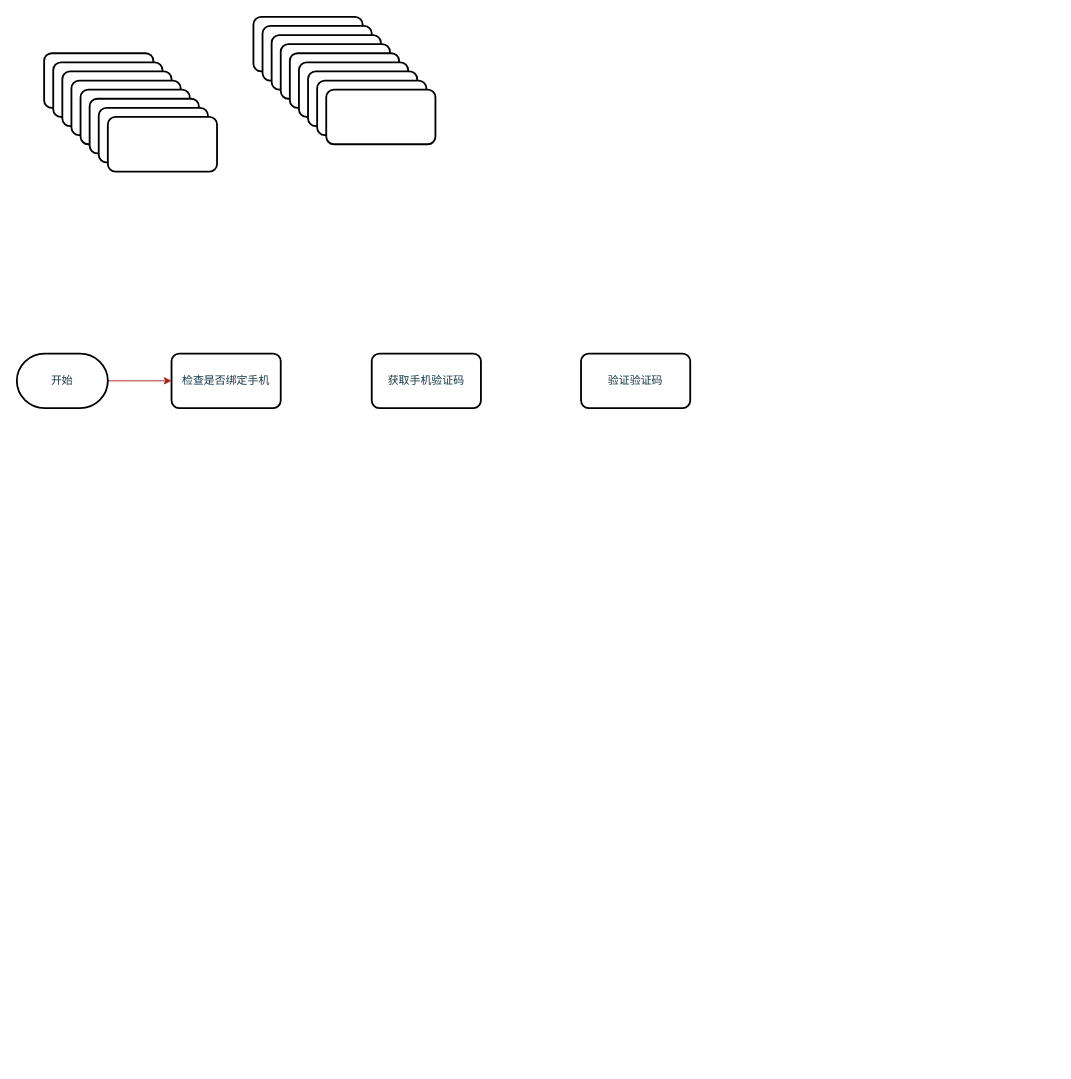
Before: 手机登录.drawio in xiell2016/hetaoDesign, a draw.io diagram. Source tidied: cells renumbered, new cells numbered last; positions are measured from the earlier drawing's top-left corner, leaving out a move shared by most shapes. Both pictures are drawn from the tidied source at 91%, with x=0, y=0 at pixel (16, 16).
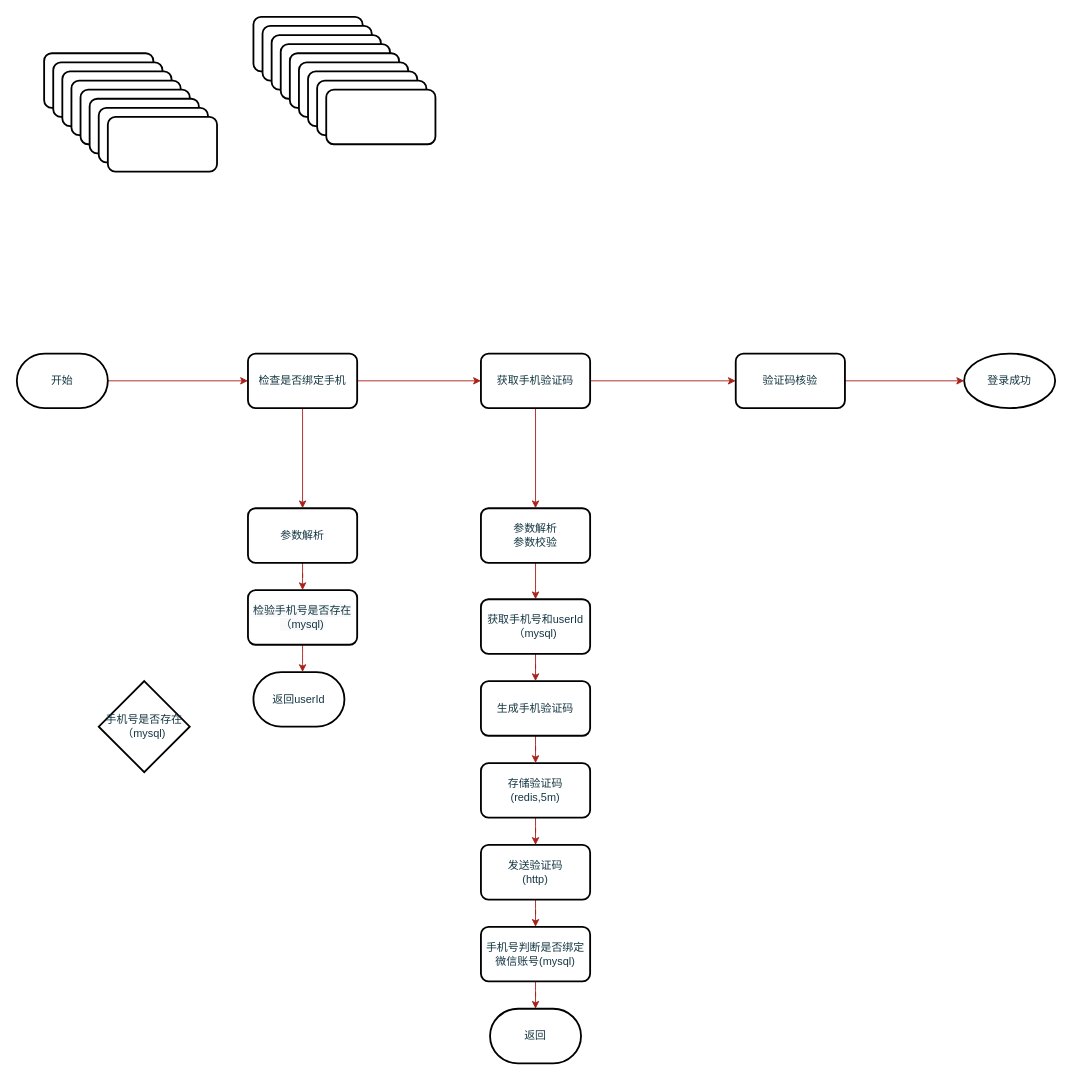
The same page after the edit.

Commit message (it also covers changes not shown here):
更新手机登录.drawio

The change refers to these unchanged cells:
```xml
<mxCell id="23" value="开始" style="strokeWidth=2;html=1;shape=mxgraph.flowchart.terminator;whiteSpace=wrap;rounded=0;labelBackgroundColor=none;sketch=0;fontColor=#143642;fillColor=#FFFFFF;" parent="1" vertex="1">
  <mxGeometry y="370" width="100" height="60" as="geometry" />
</mxCell>
```

The edit, as a diff of the source:
```diff
@@
+    <mxCell id="24" style="edgeStyle=orthogonalEdgeStyle;curved=0;rounded=1;sketch=0;jettySize=auto;html=1;exitX=1;exitY=0.5;exitDx=0;exitDy=0;entryX=0;entryY=0.5;entryDx=0;entryDy=0;entryPerimeter=0;fontColor=#143642;strokeColor=#A8201A;fillColor=#FAE5C7;" parent="1" edge="1" source="10" target="48">
+      <mxGeometry relative="1" as="geometry" />
+    </mxCell>
-    <mxCell id="10" value="验证验证码" style="whiteSpace=wrap;html=1;rounded=1;fontColor=#143642;strokeWidth=2;fillColor=#FFFFFF;arcSize=14;sketch=0;" parent="1" vertex="1">
-      <mxGeometry x="620" y="370" width="120" height="60" as="geometry" />
+    <mxCell id="10" value="验证码核验" style="whiteSpace=wrap;html=1;rounded=1;fontColor=#143642;strokeWidth=2;fillColor=#FFFFFF;arcSize=14;sketch=0;" parent="1" vertex="1">
+      <mxGeometry x="790" y="370" width="120" height="60" as="geometry" />
     </mxCell>
+    <mxCell id="25" style="edgeStyle=orthogonalEdgeStyle;curved=0;rounded=1;sketch=0;jettySize=auto;html=1;fontColor=#143642;strokeColor=#A8201A;fillColor=#FAE5C7;" parent="1" edge="1" source="11" target="34">
+      <mxGeometry relative="1" as="geometry" />
+    </mxCell>
+    <mxCell id="26" style="edgeStyle=orthogonalEdgeStyle;curved=0;rounded=1;sketch=0;jettySize=auto;html=1;exitX=1;exitY=0.5;exitDx=0;exitDy=0;entryX=0;entryY=0.5;entryDx=0;entryDy=0;fontColor=#143642;strokeColor=#A8201A;fillColor=#FAE5C7;" parent="1" edge="1" source="11" target="10">
+      <mxGeometry relative="1" as="geometry" />
+    </mxCell>
     <mxCell id="11" value="获取手机验证码" style="whiteSpace=wrap;html=1;rounded=1;fontColor=#143642;strokeWidth=2;fillColor=#FFFFFF;arcSize=14;sketch=0;" parent="1" vertex="1">
-      <mxGeometry x="390" y="370" width="120" height="60" as="geometry" />
+      <mxGeometry x="510" y="370" width="120" height="60" as="geometry" />
     </mxCell>
+    <mxCell id="27" style="edgeStyle=orthogonalEdgeStyle;curved=0;rounded=1;sketch=0;jettySize=auto;html=1;fontColor=#143642;strokeColor=#A8201A;fillColor=#FAE5C7;" parent="1" edge="1" source="12" target="30">
+      <mxGeometry relative="1" as="geometry" />
+    </mxCell>
+    <mxCell id="28" style="edgeStyle=orthogonalEdgeStyle;curved=0;rounded=1;sketch=0;jettySize=auto;html=1;exitX=1;exitY=0.5;exitDx=0;exitDy=0;entryX=0;entryY=0.5;entryDx=0;entryDy=0;fontColor=#143642;strokeColor=#A8201A;fillColor=#FAE5C7;" parent="1" edge="1" source="12" target="11">
+      <mxGeometry relative="1" as="geometry" />
+    </mxCell>
     <mxCell id="12" value="检查是否绑定手机" style="whiteSpace=wrap;html=1;rounded=1;fontColor=#143642;strokeWidth=2;fillColor=#FFFFFF;arcSize=14;sketch=0;" parent="1" vertex="1">
-      <mxGeometry x="170" y="370" width="120" height="60" as="geometry" />
+      <mxGeometry x="254" y="370" width="120" height="60" as="geometry" />
     </mxCell>
@@
-    <mxCell id="22" style="edgeStyle=orthogonalEdgeStyle;curved=0;rounded=1;sketch=0;jettySize=auto;html=1;fontColor=#143642;strokeColor=#A8201A;fillColor=#FAE5C7;" parent="1" edge="1" source="23">
-      <mxGeometry relative="1" as="geometry">
-        <mxPoint x="170" y="400" as="targetPoint" />
-      </mxGeometry>
+    <mxCell id="22" style="edgeStyle=orthogonalEdgeStyle;curved=0;rounded=1;sketch=0;jettySize=auto;html=1;fontColor=#143642;strokeColor=#A8201A;fillColor=#FAE5C7;entryX=0;entryY=0.5;entryDx=0;entryDy=0;" parent="1" edge="1" source="23" target="12">
+      <mxGeometry relative="1" as="geometry" />
     </mxCell>
@@
+    <mxCell id="29" style="edgeStyle=orthogonalEdgeStyle;curved=0;rounded=1;sketch=0;jettySize=auto;html=1;fontColor=#143642;strokeColor=#A8201A;fillColor=#FAE5C7;entryX=0.5;entryY=0;entryDx=0;entryDy=0;" parent="1" edge="1" source="30" target="32">
+      <mxGeometry relative="1" as="geometry" />
+    </mxCell>
+    <mxCell id="30" value="参数解析" style="whiteSpace=wrap;html=1;rounded=1;fontColor=#143642;strokeWidth=2;fillColor=#FFFFFF;arcSize=14;sketch=0;" parent="1" vertex="1">
+      <mxGeometry x="254" y="540" width="120" height="60" as="geometry" />
+    </mxCell>
+    <mxCell id="31" style="edgeStyle=orthogonalEdgeStyle;curved=0;rounded=1;sketch=0;jettySize=auto;html=1;fontColor=#143642;strokeColor=#A8201A;fillColor=#FAE5C7;" parent="1" edge="1" source="32">
+      <mxGeometry relative="1" as="geometry">
+        <mxPoint x="314" y="720" as="targetPoint" />
+      </mxGeometry>
+    </mxCell>
+    <mxCell id="32" value="&lt;span style=&quot;color: rgb(20 , 54 , 66) ; font-family: &amp;#34;helvetica&amp;#34; ; font-size: 12px ; font-style: normal ; font-weight: 400 ; letter-spacing: normal ; text-align: center ; text-indent: 0px ; text-transform: none ; word-spacing: 0px ; background-color: rgb(248 , 249 , 250) ; display: inline ; float: none&quot;&gt;检验手机号是否存在&lt;/span&gt;&lt;br style=&quot;color: rgb(20 , 54 , 66) ; font-family: &amp;#34;helvetica&amp;#34; ; font-size: 12px ; font-style: normal ; font-weight: 400 ; letter-spacing: normal ; text-align: center ; text-indent: 0px ; text-transform: none ; word-spacing: 0px ; background-color: rgb(248 , 249 , 250)&quot;&gt;&lt;span style=&quot;color: rgb(20 , 54 , 66) ; font-family: &amp;#34;helvetica&amp;#34; ; font-size: 12px ; font-style: normal ; font-weight: 400 ; letter-spacing: normal ; text-align: center ; text-indent: 0px ; text-transform: none ; word-spacing: 0px ; background-color: rgb(248 , 249 , 250) ; display: inline ; float: none&quot;&gt;（mysql)&lt;/span&gt;" style="whiteSpace=wrap;html=1;rounded=1;fontColor=#143642;strokeWidth=2;fillColor=#FFFFFF;arcSize=14;sketch=0;" parent="1" vertex="1">
+      <mxGeometry x="254" y="630" width="120" height="60" as="geometry" />
+    </mxCell>
+    <mxCell id="33" style="edgeStyle=orthogonalEdgeStyle;curved=0;rounded=1;sketch=0;jettySize=auto;html=1;fontColor=#143642;strokeColor=#A8201A;fillColor=#FAE5C7;" parent="1" edge="1" source="34" target="43">
+      <mxGeometry relative="1" as="geometry" />
+    </mxCell>
+    <mxCell id="34" value="参数解析&lt;br&gt;参数校验" style="whiteSpace=wrap;html=1;rounded=1;fontColor=#143642;strokeWidth=2;fillColor=#FFFFFF;arcSize=14;sketch=0;" parent="1" vertex="1">
+      <mxGeometry x="510" y="540" width="120" height="60" as="geometry" />
+    </mxCell>
+    <mxCell id="35" value="手机号是否存在&lt;br&gt;（mysql)" style="strokeWidth=2;html=1;shape=mxgraph.flowchart.decision;whiteSpace=wrap;rounded=0;labelBackgroundColor=none;sketch=0;fontColor=#143642;fillColor=#FFFFFF;" parent="1" vertex="1">
+      <mxGeometry x="90" y="730" width="100" height="100" as="geometry" />
+    </mxCell>
+    <mxCell id="36" style="edgeStyle=orthogonalEdgeStyle;curved=0;rounded=1;sketch=0;jettySize=auto;html=1;fontColor=#143642;strokeColor=#A8201A;fillColor=#FAE5C7;" parent="1" edge="1" source="37" target="45">
+      <mxGeometry relative="1" as="geometry" />
+    </mxCell>
+    <mxCell id="37" value="发送验证码&lt;br&gt;(http)" style="whiteSpace=wrap;html=1;rounded=1;fontColor=#143642;strokeWidth=2;fillColor=#FFFFFF;arcSize=14;sketch=0;" parent="1" vertex="1">
+      <mxGeometry x="510" y="910" width="120" height="60" as="geometry" />
+    </mxCell>
+    <mxCell id="38" style="edgeStyle=orthogonalEdgeStyle;curved=0;rounded=1;sketch=0;jettySize=auto;html=1;fontColor=#143642;strokeColor=#A8201A;fillColor=#FAE5C7;" parent="1" edge="1" source="39" target="37">
+      <mxGeometry relative="1" as="geometry" />
+    </mxCell>
+    <mxCell id="39" value="存储验证码&lt;br&gt;(redis,5m)" style="whiteSpace=wrap;html=1;rounded=1;fontColor=#143642;strokeWidth=2;fillColor=#FFFFFF;arcSize=14;sketch=0;" parent="1" vertex="1">
+      <mxGeometry x="510" y="820" width="120" height="60" as="geometry" />
+    </mxCell>
+    <mxCell id="40" style="edgeStyle=orthogonalEdgeStyle;curved=0;rounded=1;sketch=0;jettySize=auto;html=1;fontColor=#143642;strokeColor=#A8201A;fillColor=#FAE5C7;" parent="1" edge="1" source="41" target="39">
+      <mxGeometry relative="1" as="geometry" />
+    </mxCell>
+    <mxCell id="41" value="生成手机验证码" style="whiteSpace=wrap;html=1;rounded=1;fontColor=#143642;strokeWidth=2;fillColor=#FFFFFF;arcSize=14;sketch=0;" parent="1" vertex="1">
+      <mxGeometry x="510" y="730" width="120" height="60" as="geometry" />
+    </mxCell>
+    <mxCell id="42" style="edgeStyle=orthogonalEdgeStyle;curved=0;rounded=1;sketch=0;jettySize=auto;html=1;fontColor=#143642;strokeColor=#A8201A;fillColor=#FAE5C7;" parent="1" edge="1" source="43" target="41">
+      <mxGeometry relative="1" as="geometry" />
+    </mxCell>
+    <mxCell id="43" value="获取手机号和userId&lt;br&gt;（mysql)" style="whiteSpace=wrap;html=1;rounded=1;fontColor=#143642;strokeWidth=2;fillColor=#FFFFFF;arcSize=14;sketch=0;" parent="1" vertex="1">
+      <mxGeometry x="510" y="640" width="120" height="60" as="geometry" />
+    </mxCell>
+    <mxCell id="44" style="edgeStyle=orthogonalEdgeStyle;curved=0;rounded=1;sketch=0;jettySize=auto;html=1;fontColor=#143642;strokeColor=#A8201A;fillColor=#FAE5C7;" parent="1" edge="1" source="45" target="46">
+      <mxGeometry relative="1" as="geometry" />
+    </mxCell>
+    <mxCell id="45" value="手机号判断是否绑定微信账号(mysql)" style="whiteSpace=wrap;html=1;rounded=1;fontColor=#143642;strokeWidth=2;fillColor=#FFFFFF;arcSize=14;sketch=0;" parent="1" vertex="1">
+      <mxGeometry x="510" y="1000" width="120" height="60" as="geometry" />
+    </mxCell>
+    <mxCell id="46" value="返回" style="strokeWidth=2;html=1;shape=mxgraph.flowchart.terminator;whiteSpace=wrap;rounded=0;labelBackgroundColor=none;sketch=0;fontColor=#143642;fillColor=#FFFFFF;" parent="1" vertex="1">
+      <mxGeometry x="520" y="1090" width="100" height="60" as="geometry" />
+    </mxCell>
+    <mxCell id="47" value="返回userId" style="strokeWidth=2;html=1;shape=mxgraph.flowchart.terminator;whiteSpace=wrap;rounded=0;labelBackgroundColor=none;sketch=0;fontColor=#143642;fillColor=#FFFFFF;" parent="1" vertex="1">
+      <mxGeometry x="260" y="720" width="100" height="60" as="geometry" />
+    </mxCell>
+    <mxCell id="48" value="登录成功" style="strokeWidth=2;html=1;shape=mxgraph.flowchart.start_1;whiteSpace=wrap;rounded=0;labelBackgroundColor=none;sketch=0;fontColor=#143642;fillColor=#FFFFFF;" parent="1" vertex="1">
+      <mxGeometry x="1041" y="370" width="100" height="60" as="geometry" />
+    </mxCell>
```
